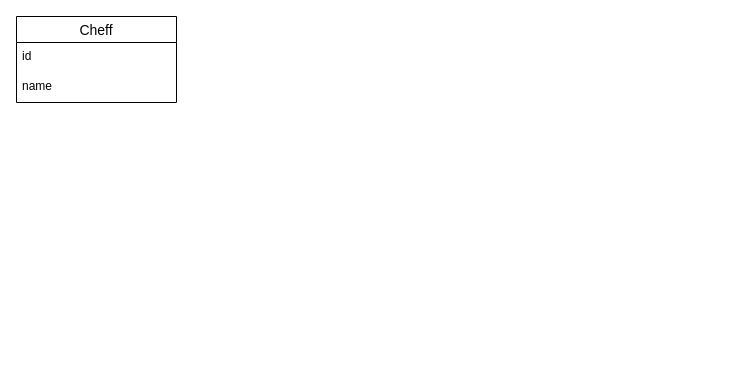
Before: page "ERD" (1 of 2) of Warung Kenyang (WK).drawio in ekopebri/ekopebri.github.io, a draw.io diagram. Source tidied: cells renumbered, new cells numbered last; positions are measured from the earlier drawing's top-left corner, leaving out a move shared by most shapes. Both pictures are drawn from the tidied source at 100%, with x=0, y=0 at pixel (16, 16).
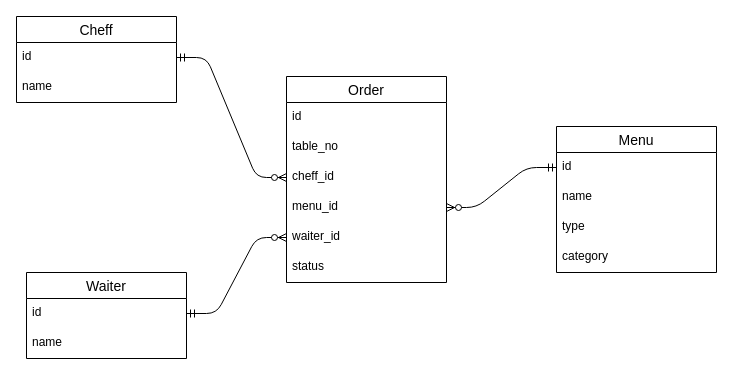
After the change.

Unchanged cells that the change refers to:
```xml
<mxCell id="3" value="id" style="text;strokeColor=none;fillColor=none;spacingLeft=4;spacingRight=4;overflow=hidden;points=[[0,0.5],[1,0.5]];portConstraint=eastwest;fontSize=12;" parent="2" vertex="1">
  <mxGeometry y="26" width="160" height="30" as="geometry" />
</mxCell>
```

The edit, as a diff of the source:
```diff
@@
+    <mxCell id="5" value="Order" style="swimlane;fontStyle=0;horizontal=1;startSize=26;align=center;fontSize=14;" parent="1" vertex="1">
+      <mxGeometry x="270" y="60" width="160" height="206" as="geometry" />
+    </mxCell>
+    <mxCell id="6" value="id" style="text;strokeColor=none;fillColor=none;spacingLeft=4;spacingRight=4;overflow=hidden;fontSize=12;" parent="5" vertex="1">
+      <mxGeometry y="26" width="160" height="30" as="geometry" />
+    </mxCell>
+    <mxCell id="7" value="table_no" style="text;strokeColor=none;fillColor=none;spacingLeft=4;spacingRight=4;overflow=hidden;fontSize=12;" parent="5" vertex="1">
+      <mxGeometry y="56" width="160" height="30" as="geometry" />
+    </mxCell>
+    <mxCell id="8" value="cheff_id" style="text;strokeColor=none;fillColor=none;spacingLeft=4;spacingRight=4;overflow=hidden;points=[[0,0.5],[1,0.5]];portConstraint=eastwest;fontSize=12;" parent="5" vertex="1">
+      <mxGeometry y="86" width="160" height="30" as="geometry" />
+    </mxCell>
+    <mxCell id="9" value="menu_id" style="text;strokeColor=none;fillColor=none;spacingLeft=4;spacingRight=4;overflow=hidden;points=[[0,0.5],[1,0.5]];portConstraint=eastwest;fontSize=12;" parent="5" vertex="1">
+      <mxGeometry y="116" width="160" height="30" as="geometry" />
+    </mxCell>
+    <mxCell id="10" value="waiter_id" style="text;strokeColor=none;fillColor=none;spacingLeft=4;spacingRight=4;overflow=hidden;points=[[0,0.5],[1,0.5]];portConstraint=eastwest;fontSize=12;" parent="5" vertex="1">
+      <mxGeometry y="146" width="160" height="30" as="geometry" />
+    </mxCell>
+    <mxCell id="11" value="status" style="text;strokeColor=none;fillColor=none;spacingLeft=4;spacingRight=4;overflow=hidden;fontSize=12;" parent="5" vertex="1">
+      <mxGeometry y="176" width="160" height="30" as="geometry" />
+    </mxCell>
+    <mxCell id="12" value="Menu" style="swimlane;fontStyle=0;horizontal=1;startSize=26;align=center;fontSize=14;" parent="1" vertex="1">
+      <mxGeometry x="540" y="110" width="160" height="146" as="geometry" />
+    </mxCell>
+    <mxCell id="13" value="id" style="text;strokeColor=none;fillColor=none;spacingLeft=4;spacingRight=4;overflow=hidden;points=[[0,0.5],[1,0.5]];portConstraint=eastwest;fontSize=12;" parent="12" vertex="1">
+      <mxGeometry y="26" width="160" height="30" as="geometry" />
+    </mxCell>
+    <mxCell id="14" value="name" style="text;strokeColor=none;fillColor=none;spacingLeft=4;spacingRight=4;overflow=hidden;fontSize=12;" parent="12" vertex="1">
+      <mxGeometry y="56" width="160" height="30" as="geometry" />
+    </mxCell>
+    <mxCell id="15" value="type" style="text;strokeColor=none;fillColor=none;spacingLeft=4;spacingRight=4;overflow=hidden;fontSize=12;" parent="12" vertex="1">
+      <mxGeometry y="86" width="160" height="30" as="geometry" />
+    </mxCell>
+    <mxCell id="16" value="category" style="text;strokeColor=none;fillColor=none;spacingLeft=4;spacingRight=4;overflow=hidden;fontSize=12;" parent="12" vertex="1">
+      <mxGeometry y="116" width="160" height="30" as="geometry" />
+    </mxCell>
+    <mxCell id="17" value="Waiter" style="swimlane;fontStyle=0;horizontal=1;startSize=26;align=center;fontSize=14;" parent="1" vertex="1">
+      <mxGeometry x="10" y="256" width="160" height="86" as="geometry" />
+    </mxCell>
+    <mxCell id="18" value="id" style="text;strokeColor=none;fillColor=none;spacingLeft=4;spacingRight=4;overflow=hidden;points=[[0,0.5],[1,0.5]];portConstraint=eastwest;fontSize=12;" parent="17" vertex="1">
+      <mxGeometry y="26" width="160" height="30" as="geometry" />
+    </mxCell>
+    <mxCell id="19" value="name" style="text;strokeColor=none;fillColor=none;spacingLeft=4;spacingRight=4;overflow=hidden;fontSize=12;" parent="17" vertex="1">
+      <mxGeometry y="56" width="160" height="30" as="geometry" />
+    </mxCell>
+    <mxCell id="20" style="edgeStyle=entityRelationEdgeStyle;fontSize=12;html=1;endArrow=ERzeroToMany;startArrow=ERmandOne;entryX=0;entryY=0.5;entryDx=0;entryDy=0;" parent="1" edge="1" source="3" target="8">
+      <mxGeometry relative="1" as="geometry" />
+    </mxCell>
+    <mxCell id="21" style="edgeStyle=entityRelationEdgeStyle;fontSize=12;html=1;endArrow=ERzeroToMany;startArrow=ERmandOne;entryX=0;entryY=0.5;entryDx=0;entryDy=0;exitX=1;exitY=0.5;exitDx=0;exitDy=0;" parent="1" edge="1" source="18" target="10">
+      <mxGeometry relative="1" as="geometry" />
+    </mxCell>
+    <mxCell id="22" style="edgeStyle=entityRelationEdgeStyle;fontSize=12;html=1;endArrow=ERzeroToMany;startArrow=ERmandOne;entryX=1;entryY=0.5;entryDx=0;entryDy=0;exitX=0;exitY=0.5;exitDx=0;exitDy=0;" parent="1" edge="1" source="13" target="9">
+      <mxGeometry relative="1" as="geometry" />
+    </mxCell>
```
